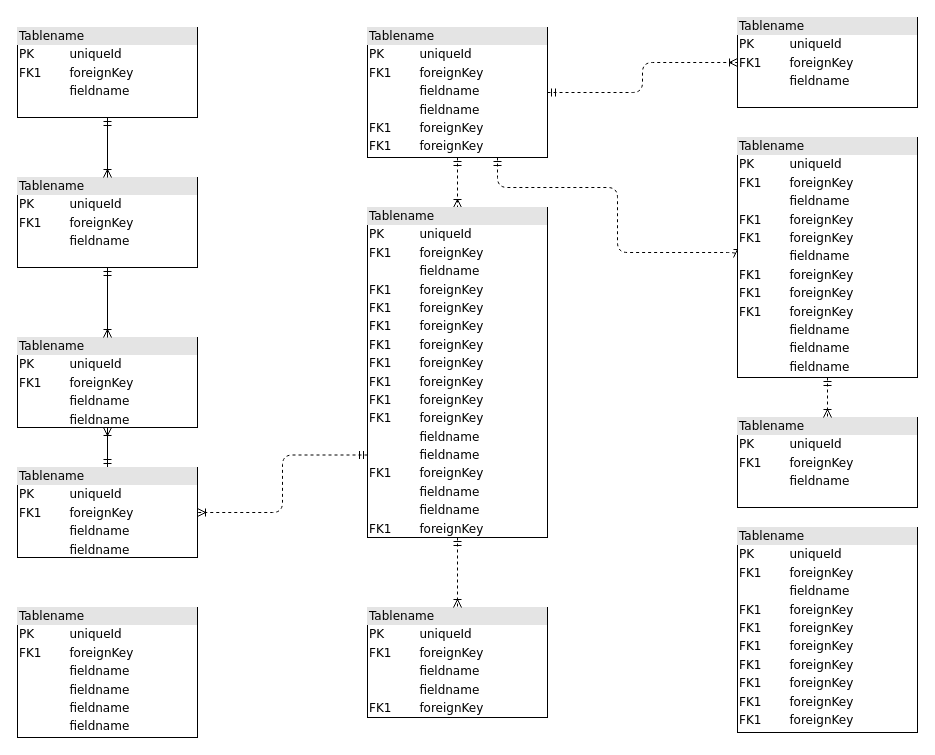
p000059/Diagrams keeps this draw.io diagram as Untitled Diagram.drawio. Above is the earlier version. Source tidied: cells renumbered, new cells numbered last; positions are measured from the earlier drawing's top-left corner, leaving out a move shared by most shapes. Both pictures are drawn from the tidied source at 100%, with x=0, y=0 at pixel (17, 17).
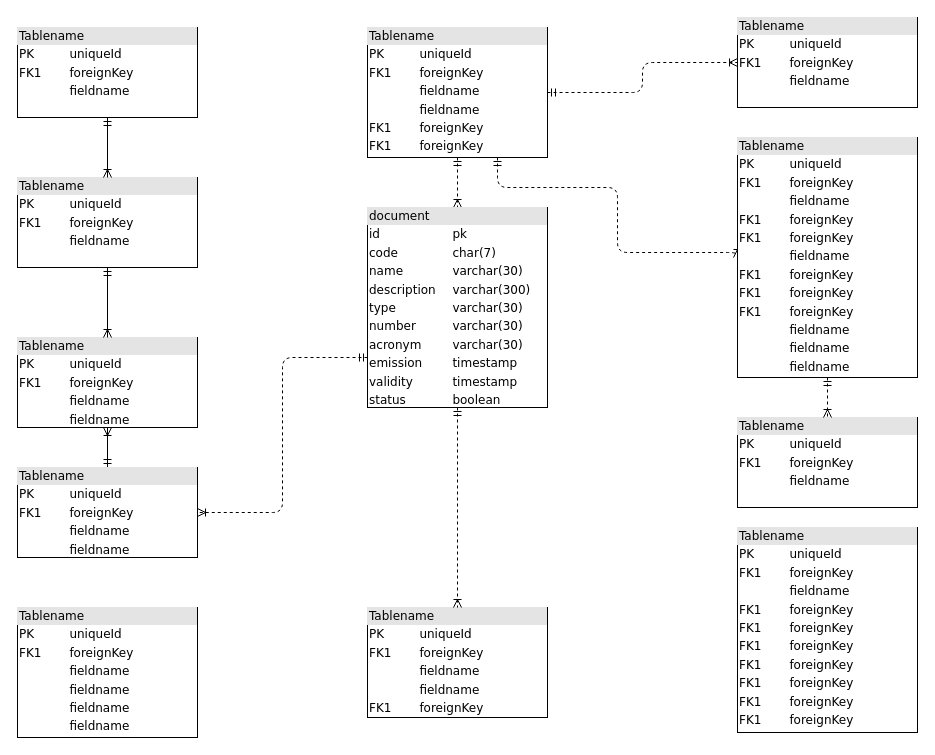
The same diagram, later.

What changed in the source:
```diff
@@
-    <mxCell id="16" value="&lt;div style=&quot;box-sizing: border-box ; width: 100% ; background: #e4e4e4 ; padding: 2px&quot;&gt;Tablename&lt;/div&gt;&lt;table style=&quot;width: 100% ; font-size: 1em&quot; cellpadding=&quot;2&quot; cellspacing=&quot;0&quot;&gt;&lt;tbody&gt;&lt;tr&gt;&lt;td&gt;PK&lt;/td&gt;&lt;td&gt;uniqueId&lt;/td&gt;&lt;/tr&gt;&lt;tr&gt;&lt;td&gt;FK1&lt;/td&gt;&lt;td&gt;foreignKey&lt;/td&gt;&lt;/tr&gt;&lt;tr&gt;&lt;td&gt;&lt;/td&gt;&lt;td&gt;fieldname&lt;/td&gt;&lt;/tr&gt;&lt;tr&gt;&lt;td&gt;FK1&lt;br&gt;&lt;/td&gt;&lt;td&gt;foreignKey&lt;br&gt;&lt;/td&gt;&lt;/tr&gt;&lt;tr&gt;&lt;td&gt;FK1&lt;br&gt;&lt;/td&gt;&lt;td&gt;foreignKey&lt;br&gt;&lt;/td&gt;&lt;/tr&gt;&lt;tr&gt;&lt;td&gt;FK1&lt;br&gt;&lt;/td&gt;&lt;td&gt;foreignKey&lt;br&gt;&lt;/td&gt;&lt;/tr&gt;&lt;tr&gt;&lt;td&gt;FK1&lt;br&gt;&lt;/td&gt;&lt;td&gt;foreignKey&lt;br&gt;&lt;/td&gt;&lt;/tr&gt;&lt;tr&gt;&lt;td&gt;FK1&lt;br&gt;&lt;/td&gt;&lt;td&gt;foreignKey&lt;br&gt;&lt;/td&gt;&lt;/tr&gt;&lt;tr&gt;&lt;td&gt;FK1&lt;br&gt;&lt;/td&gt;&lt;td&gt;foreignKey&lt;br&gt;&lt;/td&gt;&lt;/tr&gt;&lt;tr&gt;&lt;td&gt;FK1&lt;br&gt;&lt;/td&gt;&lt;td&gt;foreignKey&lt;br&gt;&lt;/td&gt;&lt;/tr&gt;&lt;tr&gt;&lt;td&gt;FK1&lt;br&gt;&lt;/td&gt;&lt;td&gt;foreignKey&lt;br&gt;&lt;/td&gt;&lt;/tr&gt;&lt;tr&gt;&lt;td&gt;&lt;br&gt;&lt;/td&gt;&lt;td&gt;fieldname&lt;br&gt;&lt;/td&gt;&lt;/tr&gt;&lt;tr&gt;&lt;td&gt;&lt;br&gt;&lt;/td&gt;&lt;td&gt;fieldname&lt;br&gt;&lt;/td&gt;&lt;/tr&gt;&lt;tr&gt;&lt;td&gt;FK1&lt;br&gt;&lt;/td&gt;&lt;td&gt;foreignKey&lt;br&gt;&lt;/td&gt;&lt;/tr&gt;&lt;tr&gt;&lt;td&gt;&lt;br&gt;&lt;/td&gt;&lt;td&gt;fieldname&lt;br&gt;&lt;/td&gt;&lt;/tr&gt;&lt;tr&gt;&lt;td&gt;&lt;br&gt;&lt;/td&gt;&lt;td&gt;fieldname&lt;br&gt;&lt;/td&gt;&lt;/tr&gt;&lt;tr&gt;&lt;td&gt;FK1&lt;br&gt;&lt;/td&gt;&lt;td&gt;foreignKey&lt;br&gt;&lt;/td&gt;&lt;/tr&gt;&lt;/tbody&gt;&lt;/table&gt;" style="verticalAlign=top;align=left;overflow=fill;html=1;rounded=0;shadow=0;comic=0;labelBackgroundColor=none;strokeWidth=1;fontFamily=Verdana;fontSize=12;" parent="1" vertex="1">
-      <mxGeometry x="350" y="190" width="180" height="330" as="geometry" />
+    <mxCell id="16" value="&lt;div style=&quot;box-sizing: border-box ; width: 100% ; background: #e4e4e4 ; padding: 2px&quot;&gt;document&lt;/div&gt;&lt;table style=&quot;width: 100% ; font-size: 1em&quot; cellpadding=&quot;2&quot; cellspacing=&quot;0&quot;&gt;&lt;tbody&gt;&lt;tr&gt;&lt;td&gt;id&lt;span style=&quot;white-space: pre;&quot;&gt; &lt;/span&gt;&lt;/td&gt;&lt;td&gt;pk&lt;/td&gt;&lt;/tr&gt;&lt;tr&gt;&lt;td&gt;code&lt;span style=&quot;white-space: pre;&quot;&gt; &lt;/span&gt;&lt;/td&gt;&lt;td&gt;char(7)&lt;/td&gt;&lt;/tr&gt;&lt;tr&gt;&lt;td&gt;name&lt;br&gt;&lt;/td&gt;&lt;td&gt;varchar(30)&lt;br&gt;&lt;/td&gt;&lt;/tr&gt;&lt;tr&gt;&lt;td&gt;description&lt;br&gt;&lt;/td&gt;&lt;td&gt;varchar(300)&lt;br&gt;&lt;/td&gt;&lt;/tr&gt;&lt;tr&gt;&lt;td&gt;type&lt;br&gt;&lt;/td&gt;&lt;td&gt;varchar(30)&lt;br&gt;&lt;/td&gt;&lt;/tr&gt;&lt;tr&gt;&lt;td&gt;number&lt;br&gt;&lt;/td&gt;&lt;td&gt;varchar(30)&lt;/td&gt;&lt;/tr&gt;&lt;tr&gt;&lt;td&gt;acronym&lt;br&gt;&lt;/td&gt;&lt;td&gt;varchar(30)&lt;br&gt;&lt;/td&gt;&lt;/tr&gt;&lt;tr&gt;&lt;td&gt;emission&lt;/td&gt;&lt;td&gt;timestamp&lt;br&gt;&lt;/td&gt;&lt;/tr&gt;&lt;tr&gt;&lt;td&gt;validity&lt;br&gt;&lt;/td&gt;&lt;td&gt;timestamp&lt;br&gt;&lt;/td&gt;&lt;/tr&gt;&lt;tr&gt;&lt;td&gt;status&lt;br&gt;&lt;/td&gt;&lt;td&gt;boolean&lt;br&gt;&lt;/td&gt;&lt;/tr&gt;&lt;tr&gt;&lt;td&gt;&lt;br&gt;&lt;/td&gt;&lt;td&gt;&lt;br&gt;&lt;/td&gt;&lt;/tr&gt;&lt;tr&gt;&lt;td&gt;&lt;/td&gt;&lt;td&gt;&lt;br&gt;&lt;/td&gt;&lt;/tr&gt;&lt;/tbody&gt;&lt;/table&gt;" style="verticalAlign=top;align=left;overflow=fill;html=1;rounded=0;shadow=0;comic=0;labelBackgroundColor=none;strokeWidth=1;fontFamily=Verdana;fontSize=12;" parent="1" vertex="1">
+      <mxGeometry x="350" y="190" width="180" height="200" as="geometry" />
     </mxCell>
```
